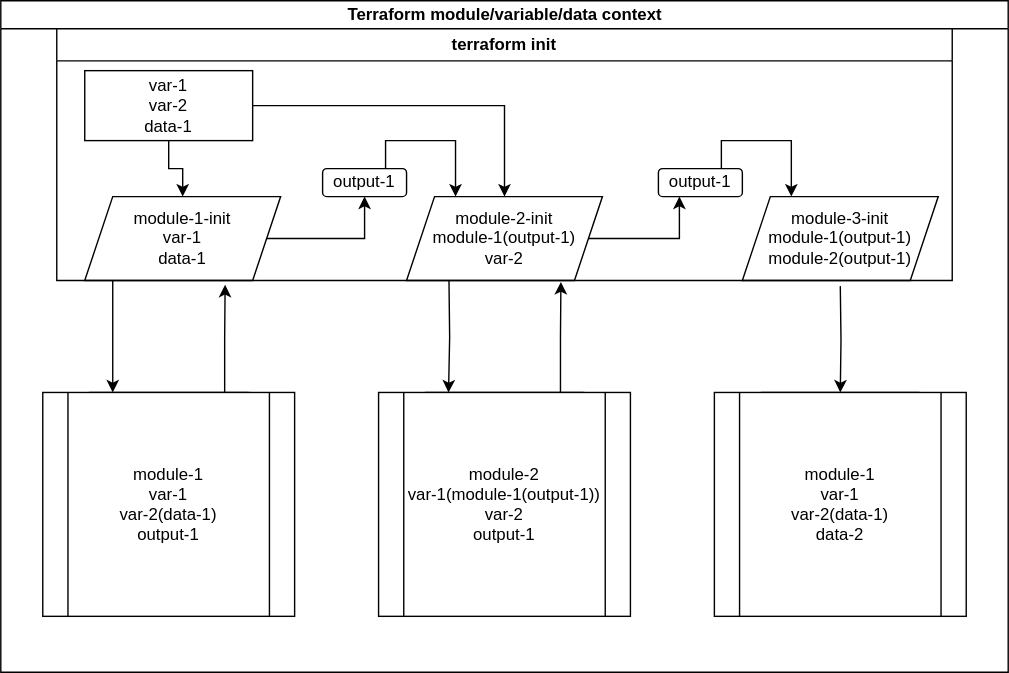
alismx/diagrams keeps this draw.io diagram as terraform-variable-context.svg. Above is the earlier version. Source tidied: cells renumbered, new cells last; positions are measured from the earlier drawing's top-left corner, leaving out a move shared by most shapes.
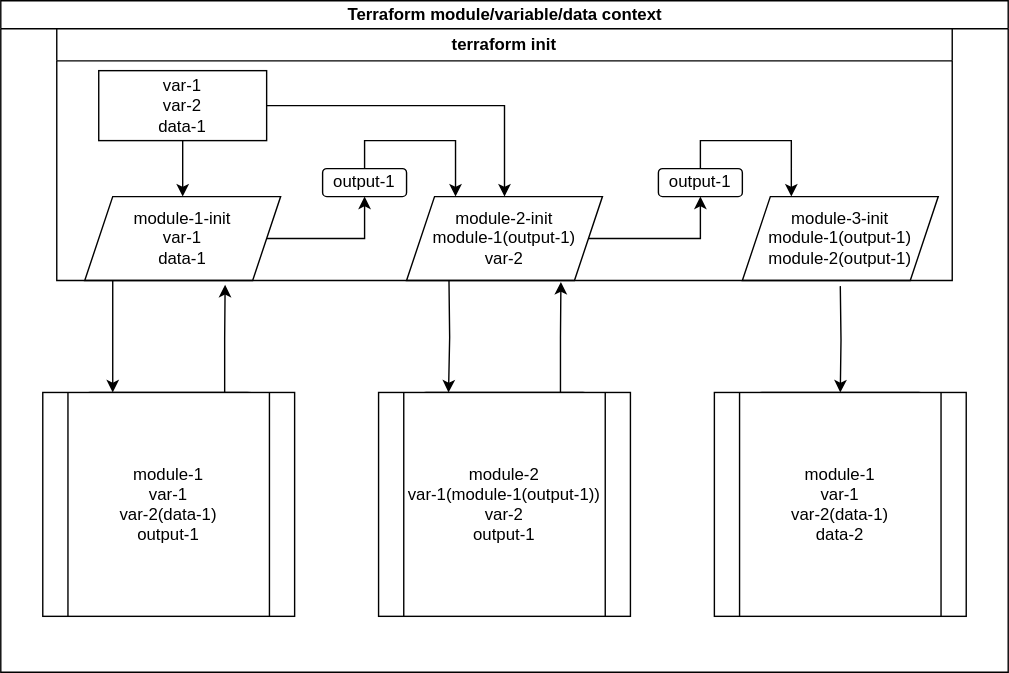
After the commit.

Diff of the diagram source:
```diff
@@ -23,9 +23,14 @@
     <mxCell id="8" value="&lt;div&gt;module-1-init&lt;/div&gt;&lt;div&gt;var-1&lt;/div&gt;&lt;div&gt;data-1&lt;br&gt;&lt;/div&gt;" style="shape=parallelogram;perimeter=parallelogramPerimeter;whiteSpace=wrap;html=1;fixedSize=1;" parent="2" vertex="1">
       <mxGeometry x="60" y="140" width="140" height="60" as="geometry" />
     </mxCell>
-    <mxCell id="9" style="edgeStyle=orthogonalEdgeStyle;rounded=0;jettySize=auto;html=1;entryX=0.25;entryY=1;entryDx=0;entryDy=0;" parent="2" edge="1" source="10" target="20">
-      <mxGeometry relative="1" as="geometry" />
-    </mxCell>
+    <mxCell id="28" style="edgeStyle=orthogonalEdgeStyle;rounded=0;jettySize=auto;html=1;exitX=1;exitY=0.5;exitDx=0;exitDy=0;" parent="2" edge="1" source="10">
+      <mxGeometry relative="1" as="geometry">
+        <mxPoint x="500" y="140" as="targetPoint" />
+        <Array as="points">
+          <mxPoint x="500" y="170" />
+        </Array>
+      </mxGeometry>
+    </mxCell>
     <mxCell id="10" value="&lt;div&gt;module-2-init&lt;/div&gt;&lt;div&gt;module-1(output-1)&lt;/div&gt;&lt;div&gt;var-2&lt;/div&gt;" style="shape=parallelogram;perimeter=parallelogramPerimeter;whiteSpace=wrap;html=1;fixedSize=1;" parent="2" vertex="1">
       <mxGeometry x="290" y="140" width="140" height="60" as="geometry" />
     </mxCell>
@@ -35,9 +40,6 @@
     <mxCell id="12" style="edgeStyle=orthogonalEdgeStyle;rounded=0;jettySize=auto;html=1;exitX=1;exitY=0.5;exitDx=0;exitDy=0;" parent="2" edge="1" source="13" target="10">
       <mxGeometry relative="1" as="geometry" />
     </mxCell>
-    <mxCell id="13" value="&lt;div&gt;var-1&lt;/div&gt;&lt;div&gt;var-2&lt;/div&gt;&lt;div&gt;data-1&lt;br&gt;&lt;/div&gt;" style="rounded=0;whiteSpace=wrap;html=1;" parent="2" vertex="1">
-      <mxGeometry x="60" y="50" width="120" height="50" as="geometry" />
-    </mxCell>
     <mxCell id="14" value="&lt;div&gt;&lt;div&gt;module-1&lt;/div&gt;&lt;div&gt;var-1&lt;/div&gt;&lt;/div&gt;&lt;div&gt;var-2(data-1)&lt;/div&gt;&lt;div&gt;output-1&lt;/div&gt;" style="shape=process;whiteSpace=wrap;html=1;backgroundOutline=1;" parent="2" vertex="1">
       <mxGeometry x="30" y="280" width="180" height="160" as="geometry" />
     </mxCell>
@@ -47,13 +49,13 @@
     <mxCell id="16" value="&lt;div&gt;module-1&lt;/div&gt;&lt;div&gt;var-1&lt;/div&gt;&lt;div&gt;var-2(data-1)&lt;br&gt;&lt;/div&gt;&lt;div&gt;data-2&lt;br&gt;&lt;/div&gt;" style="shape=process;whiteSpace=wrap;html=1;backgroundOutline=1;" parent="2" vertex="1">
       <mxGeometry x="510" y="280" width="180" height="160" as="geometry" />
     </mxCell>
-    <mxCell id="17" style="edgeStyle=orthogonalEdgeStyle;rounded=0;jettySize=auto;html=1;exitX=0.75;exitY=0;exitDx=0;exitDy=0;entryX=0.25;entryY=0;entryDx=0;entryDy=0;" parent="2" edge="1" source="18" target="10">
+    <mxCell id="17" style="edgeStyle=orthogonalEdgeStyle;rounded=0;jettySize=auto;html=1;exitX=0.5;exitY=0;exitDx=0;exitDy=0;entryX=0.25;entryY=0;entryDx=0;entryDy=0;" parent="2" edge="1" source="18" target="10">
       <mxGeometry relative="1" as="geometry" />
     </mxCell>
     <mxCell id="18" value="output-1" style="rounded=1;whiteSpace=wrap;html=1;" parent="2" vertex="1">
       <mxGeometry x="230" y="120" width="60" height="20" as="geometry" />
     </mxCell>
-    <mxCell id="19" style="edgeStyle=orthogonalEdgeStyle;rounded=0;jettySize=auto;html=1;exitX=0.75;exitY=0;exitDx=0;exitDy=0;entryX=0.25;entryY=0;entryDx=0;entryDy=0;" parent="2" edge="1" source="20" target="21">
+    <mxCell id="19" style="edgeStyle=orthogonalEdgeStyle;rounded=0;jettySize=auto;html=1;exitX=0.5;exitY=0;exitDx=0;exitDy=0;entryX=0.25;entryY=0;entryDx=0;entryDy=0;" parent="2" edge="1" source="20" target="21">
       <mxGeometry relative="1" as="geometry" />
     </mxCell>
     <mxCell id="20" value="output-1" style="rounded=1;whiteSpace=wrap;html=1;" parent="2" vertex="1">
@@ -65,6 +67,9 @@
     <mxCell id="22" value="terraform init" style="swimlane;whiteSpace=wrap;html=1;" parent="2" vertex="1">
       <mxGeometry x="40" y="20" width="640" height="180" as="geometry" />
     </mxCell>
+    <mxCell id="13" value="&lt;div&gt;var-1&lt;/div&gt;&lt;div&gt;var-2&lt;/div&gt;&lt;div&gt;data-1&lt;br&gt;&lt;/div&gt;" style="rounded=0;whiteSpace=wrap;html=1;" parent="22" vertex="1">
+      <mxGeometry x="30" y="30" width="120" height="50" as="geometry" />
+    </mxCell>
     <mxCell id="23" style="edgeStyle=orthogonalEdgeStyle;rounded=0;jettySize=auto;html=1;exitX=0.75;exitY=0;exitDx=0;exitDy=0;entryX=0.563;entryY=1.006;entryDx=0;entryDy=0;entryPerimeter=0;" parent="1" edge="1" source="5">
       <mxGeometry relative="1" as="geometry">
         <mxPoint x="400.3" y="201" as="targetPoint" />
```
